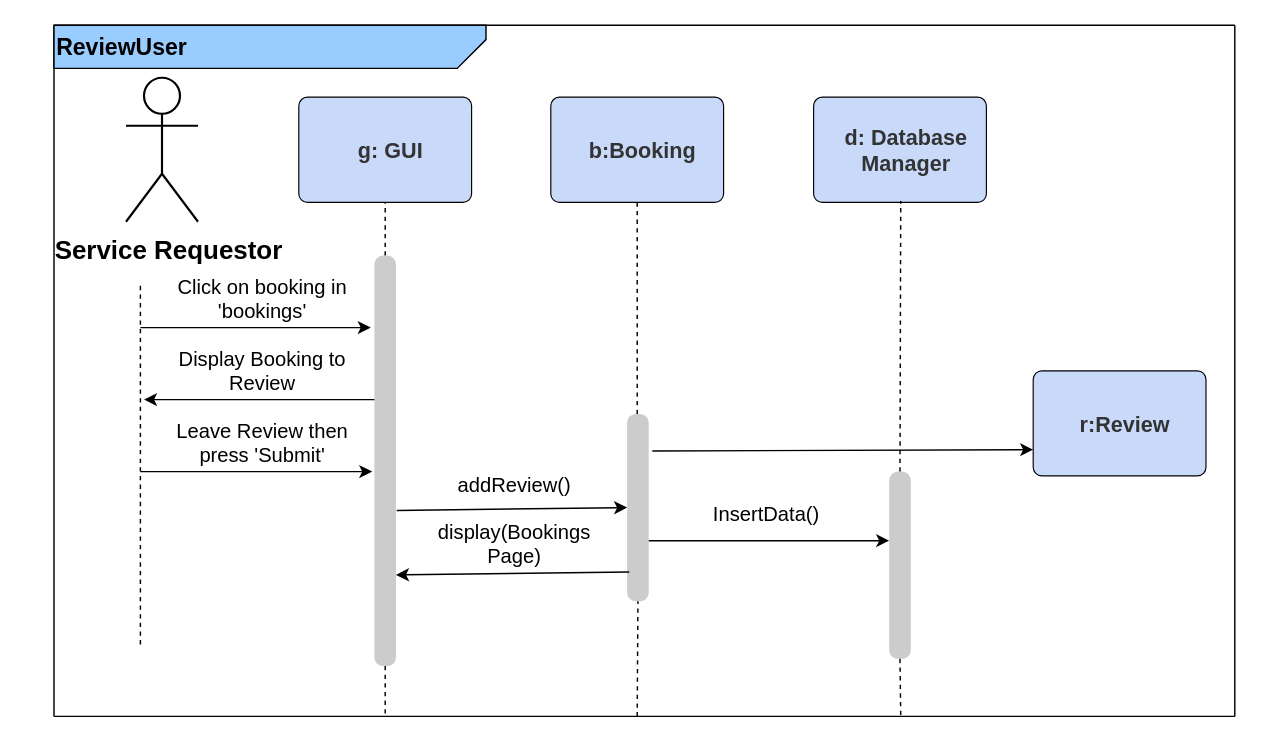
Earlier version of the draw.io diagram SequenceDiagrams.drawio (willdonlan8/test). Source tidied: cells renumbered, new cells numbered last; positions are measured from the earlier drawing's top-left corner, leaving out a move shared by most shapes. Both pictures are drawn from the tidied source at 144%, with x=0, y=0 at pixel (24, 24).
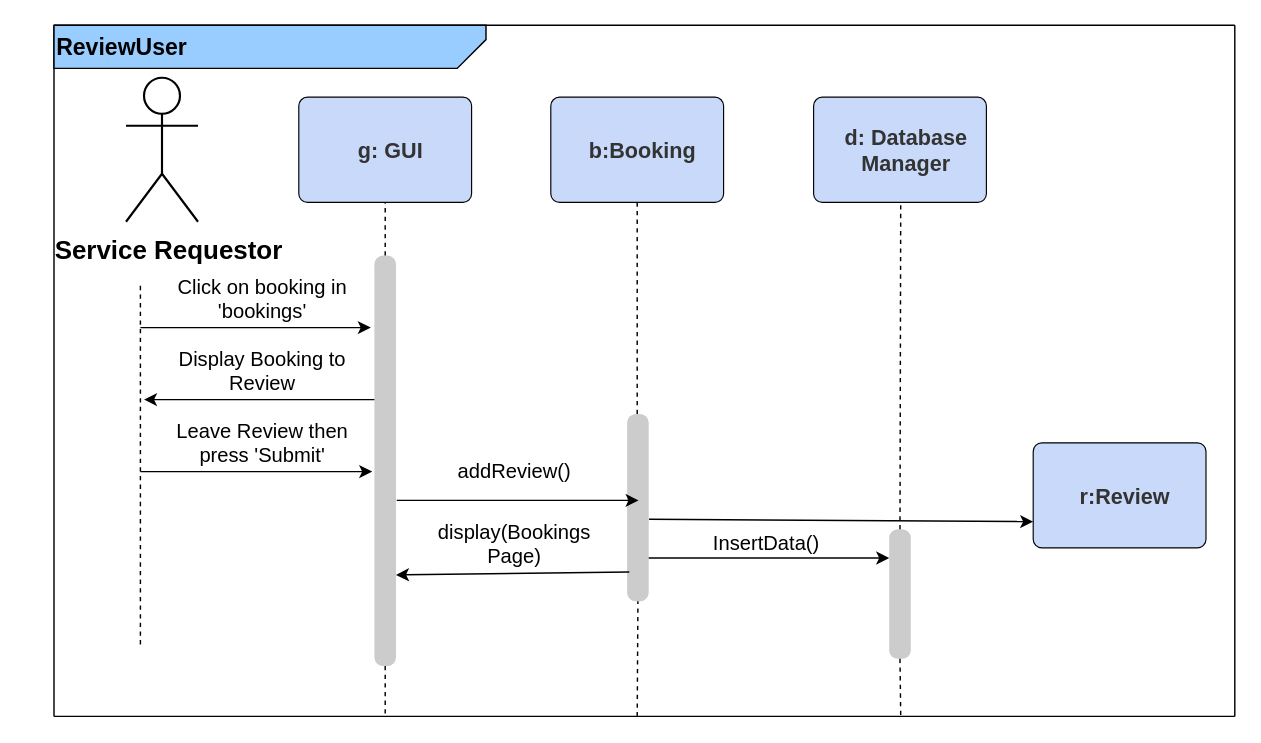
The same diagram, later.

Unchanged cells that the change refers to:
```xml
<mxCell id="22" style="html=1;overflow=block;blockSpacing=1;whiteSpace=wrap;whiteSpace=wrap;fontSize=13;spacingLeft=8.4;spacing=3.8;strokeOpacity=0;fillOpacity=100;rounded=1;absoluteArcSize=1;arcSize=12;fillColor=#cccccc;strokeWidth=0.8;" parent="1" vertex="1">
  <mxGeometry x="418" y="270" width="15" height="130" as="geometry" />
</mxCell>
```

The edit, as a diff of the source:
```diff
@@
     <mxCell id="9" value="r:Review" style="html=1;overflow=block;blockSpacing=1;whiteSpace=wrap;whiteSpace=wrap;fontSize=15;fontColor=#333333;fontStyle=1;spacingLeft=8.4;spacing=3.8;strokeOpacity=100;fillOpacity=100;rounded=1;absoluteArcSize=1;arcSize=12;fillColor=#c8d9f9;strokeWidth=0.8;" parent="1" vertex="1">
-      <mxGeometry x="700" y="240" width="120" height="73" as="geometry" />
+      <mxGeometry x="700" y="290" width="120" height="73" as="geometry" />
     </mxCell>
@@
-    <mxCell id="25" style="endArrow=classic;html=1;entryX=0;entryY=0.5;entryDx=0;entryDy=0;" parent="1" edge="1" target="22">
+    <mxCell id="25" style="endArrow=classic;html=1;" parent="1" edge="1">
       <mxGeometry relative="1" as="geometry">
-        <mxPoint x="258" y="337" as="sourcePoint" />
+        <mxPoint x="258" y="330" as="sourcePoint" />
+        <mxPoint x="426" y="330" as="targetPoint" />
+        <Array as="points">
+          <mxPoint x="400" y="330" />
+        </Array>
       </mxGeometry>
     </mxCell>
     <mxCell id="26" value="&lt;font style=&quot;font-size: 14px&quot;&gt;addReview()&lt;/font&gt;" style="text;html=1;strokeColor=none;fillColor=none;align=center;verticalAlign=middle;whiteSpace=wrap;rounded=0;shadow=0;" parent="1" vertex="1">
-      <mxGeometry x="280" y="310" width="120" height="20" as="geometry" />
+      <mxGeometry x="280" y="300" width="120" height="20" as="geometry" />
     </mxCell>
     <mxCell id="27" style="html=1;overflow=block;blockSpacing=1;whiteSpace=wrap;whiteSpace=wrap;fontSize=13;spacingLeft=8.4;spacing=3.8;strokeOpacity=0;fillOpacity=100;rounded=1;absoluteArcSize=1;arcSize=12;fillColor=#cccccc;strokeWidth=0.8;" parent="1" vertex="1">
-      <mxGeometry x="600" y="310" width="15" height="130" as="geometry" />
+      <mxGeometry x="600" y="350" width="15" height="90" as="geometry" />
     </mxCell>
     <mxCell id="28" style="endArrow=classic;html=1;" parent="1" edge="1">
       <mxGeometry relative="1" as="geometry">
-        <mxPoint x="433" y="358" as="sourcePoint" />
-        <mxPoint x="600" y="358" as="targetPoint" />
+        <mxPoint x="433" y="370" as="sourcePoint" />
+        <mxPoint x="600" y="370" as="targetPoint" />
       </mxGeometry>
     </mxCell>
     <mxCell id="29" value="&lt;font style=&quot;font-size: 14px&quot;&gt;InsertData()&lt;/font&gt;" style="text;html=1;strokeColor=none;fillColor=none;align=center;verticalAlign=middle;whiteSpace=wrap;rounded=0;shadow=0;" parent="1" vertex="1">
-      <mxGeometry x="450" y="330" width="130" height="20" as="geometry" />
+      <mxGeometry x="450" y="350" width="130" height="20" as="geometry" />
     </mxCell>
-    <mxCell id="30" style="endArrow=classic;html=1;exitX=1.167;exitY=0.198;exitDx=0;exitDy=0;entryX=0;entryY=0.75;entryDx=0;entryDy=0;exitPerimeter=0;" parent="1" edge="1" source="22" target="9">
+    <mxCell id="30" style="endArrow=classic;html=1;exitX=1.017;exitY=0.562;exitDx=0;exitDy=0;entryX=0;entryY=0.75;entryDx=0;entryDy=0;exitPerimeter=0;" parent="1" edge="1" source="22" target="9">
       <mxGeometry relative="1" as="geometry" />
     </mxCell>
```
